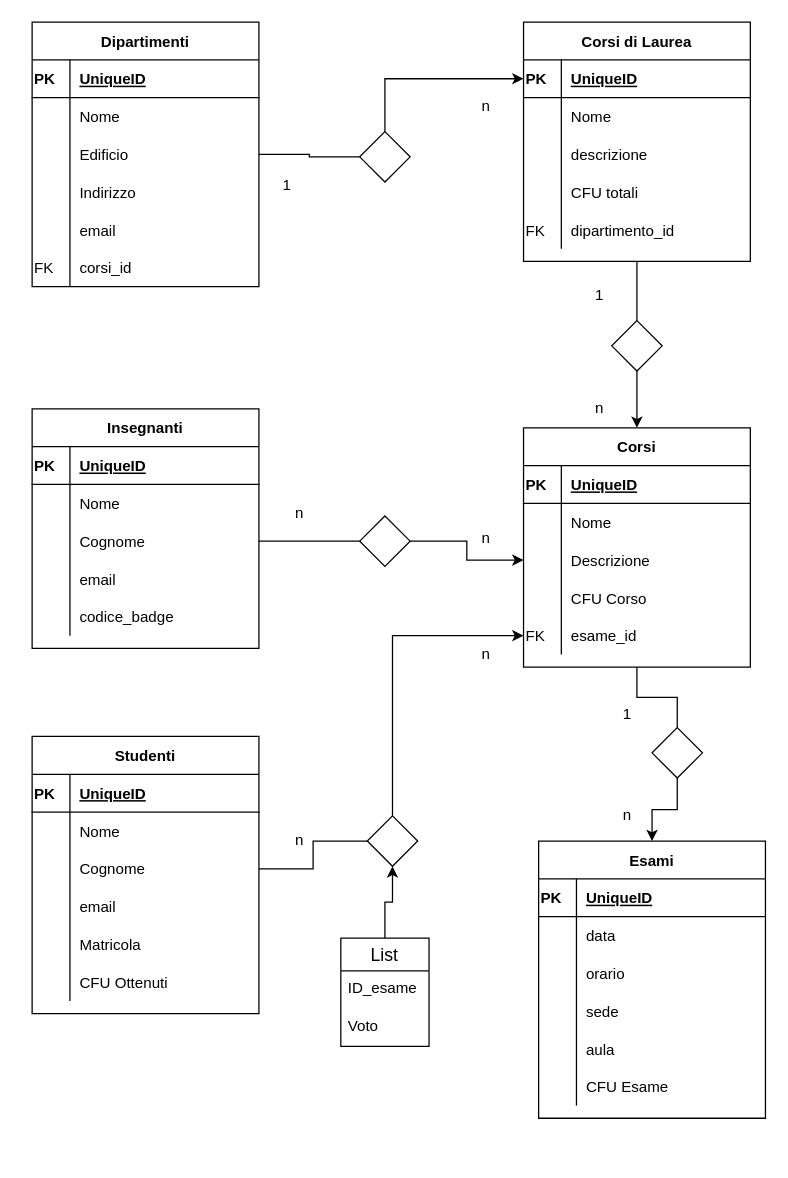
Earlier version of the draw.io diagram reference/Diagramma DB-University.drawio (ArisGoi/db-university). Source tidied: cells renumbered, new cells numbered last; positions are measured from the earlier drawing's top-left corner, leaving out a move shared by most shapes. Both pictures are drawn from the tidied source at 126%, with x=0, y=0 at pixel (32, 21).
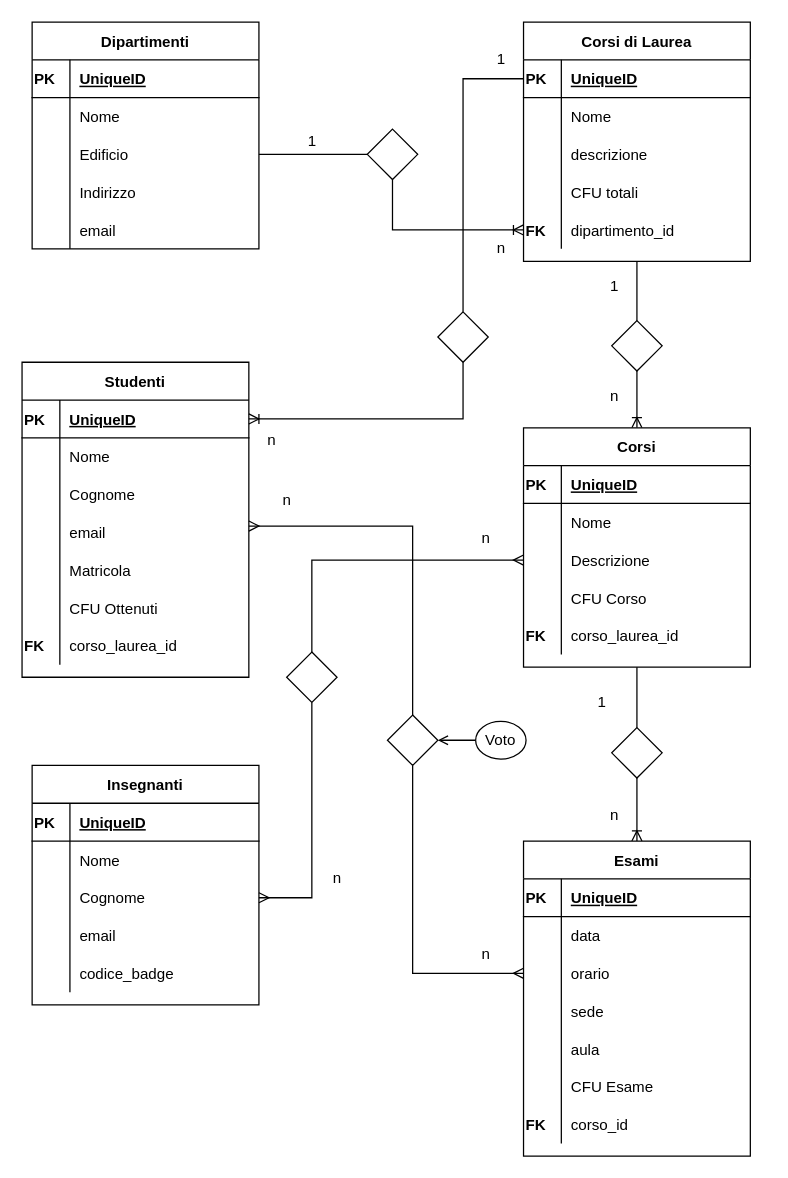
The same diagram, later.

The change refers to these unchanged cells:
```xml
<mxCell id="23" style="shape=partialRectangle;fillColor=none;top=0;left=0;bottom=1;right=0;points=[[0,0.5],[1,0.5]];portConstraint=eastwest;align=left;" parent="22" vertex="1">
  <mxGeometry y="30" width="180" height="30" as="geometry" />
</mxCell>
<mxCell id="35" style="shape=partialRectangle;fillColor=none;top=0;left=0;bottom=0;right=0;points=[[0,0.5],[1,0.5]];portConstraint=eastwest;align=left;" parent="22" vertex="1">
  <mxGeometry y="150" width="180" height="30" as="geometry" />
</mxCell>
<mxCell id="39" value="Corsi" style="shape=table;startSize=30;childLayout=tableLayout;rowLines=0;fontStyle=1;align=center;" parent="1" vertex="1">
  <mxGeometry x="390" y="322" width="180" height="190" as="geometry" />
</mxCell>
<mxCell id="46" style="shape=partialRectangle;fillColor=none;top=0;left=0;bottom=0;right=0;points=[[0,0.5],[1,0.5]];portConstraint=eastwest;align=left;" parent="39" vertex="1">
  <mxGeometry y="90" width="180" height="30" as="geometry" />
</mxCell>
<mxCell id="52" style="shape=partialRectangle;fillColor=none;top=0;left=0;bottom=0;right=0;points=[[0,0.5],[1,0.5]];portConstraint=eastwest;align=left;" parent="39" vertex="1">
  <mxGeometry y="150" width="180" height="30" as="geometry" />
</mxCell>
<mxCell id="62" style="shape=partialRectangle;fillColor=none;top=0;left=0;bottom=0;right=0;points=[[0,0.5],[1,0.5]];portConstraint=eastwest;align=left;" parent="55" vertex="1">
  <mxGeometry y="90" width="180" height="30" as="geometry" />
</mxCell>
<mxCell id="78" style="shape=partialRectangle;fillColor=none;top=0;left=0;bottom=0;right=0;points=[[0,0.5],[1,0.5]];portConstraint=eastwest;align=left;" parent="71" vertex="1">
  <mxGeometry y="90" width="180" height="30" as="geometry" />
</mxCell>
<mxCell id="91" style="shape=partialRectangle;fillColor=none;top=0;left=0;bottom=1;right=0;points=[[0,0.5],[1,0.5]];portConstraint=eastwest;align=left;" parent="90" vertex="1">
  <mxGeometry y="30" width="180" height="30" as="geometry" />
</mxCell>
<mxCell id="97" style="shape=partialRectangle;fillColor=none;top=0;left=0;bottom=0;right=0;points=[[0,0.5],[1,0.5]];portConstraint=eastwest;align=left;" parent="90" vertex="1">
  <mxGeometry y="90" width="180" height="30" as="geometry" />
</mxCell>
<mxCell id="100" style="shape=partialRectangle;fillColor=none;top=0;left=0;bottom=0;right=0;points=[[0,0.5],[1,0.5]];portConstraint=eastwest;align=left;" parent="90" vertex="1">
  <mxGeometry y="120" width="180" height="30" as="geometry" />
</mxCell>
<mxCell id="112" style="rhombus;whiteSpace=wrap;html=1;align=left;" parent="1" vertex="1">
  <mxGeometry x="460" y="237" width="40" height="40" as="geometry" />
</mxCell>
```

Change to the diagram source:
```diff
@@
     <mxCell id="2" value="Dipartimenti" style="shape=table;startSize=30;childLayout=tableLayout;rowLines=0;fontStyle=1;align=center;" parent="1" vertex="1">
-      <mxGeometry width="180" height="210" as="geometry" />
+      <mxGeometry width="180" height="180" as="geometry" />
     </mxCell>
@@
-    <mxCell id="18" style="shape=partialRectangle;fillColor=none;top=0;left=0;bottom=0;right=0;align=left;" parent="2" vertex="1">
-      <mxGeometry y="180" width="180" height="30" as="geometry" />
-    </mxCell>
-    <mxCell id="19" value="FK" style="shape=partialRectangle;fillColor=none;top=0;left=0;bottom=0;right=0;overflow=hidden;align=left;" parent="18" vertex="1">
-      <mxGeometry width="30" height="30" as="geometry" />
-    </mxCell>
-    <mxCell id="20" value="corsi_id" style="shape=partialRectangle;fillColor=none;top=0;left=0;bottom=0;right=0;align=left;spacingLeft=6;overflow=hidden;" parent="18" vertex="1">
-      <mxGeometry x="30" width="150" height="30" as="geometry" />
-    </mxCell>
-    <mxCell id="21" style="edgeStyle=orthogonalEdgeStyle;rounded=0;jettySize=auto;html=1;startArrow=none;" parent="1" edge="1" source="112" target="39">
+    <mxCell id="21" style="edgeStyle=orthogonalEdgeStyle;rounded=0;jettySize=auto;html=1;startArrow=none;endArrow=ERoneToMany;endFill=0;" parent="1" edge="1" source="112" target="39">
       <mxGeometry relative="1" as="geometry" />
     </mxCell>
@@
-    <mxCell id="36" value="FK" style="shape=partialRectangle;fillColor=none;top=0;left=0;bottom=0;right=0;overflow=hidden;align=left;" parent="35" vertex="1">
+    <mxCell id="36" value="FK" style="shape=partialRectangle;fillColor=none;top=0;left=0;bottom=0;right=0;overflow=hidden;align=left;fontStyle=1;" parent="35" vertex="1">
       <mxGeometry width="30" height="30" as="geometry" />
     </mxCell>
@@
-    <mxCell id="38" style="edgeStyle=orthogonalEdgeStyle;rounded=0;jettySize=auto;html=1;entryX=0.5;entryY=0;entryDx=0;entryDy=0;startArrow=none;" parent="1" edge="1" source="121" target="71">
+    <mxCell id="38" style="edgeStyle=orthogonalEdgeStyle;rounded=0;jettySize=auto;html=1;entryX=0.5;entryY=0;entryDx=0;entryDy=0;startArrow=none;endArrow=ERoneToMany;endFill=0;" parent="1" edge="1" source="121" target="71">
       <mxGeometry relative="1" as="geometry" />
     </mxCell>
@@
-    <mxCell id="53" value="FK" style="shape=partialRectangle;fillColor=none;top=0;left=0;bottom=0;right=0;overflow=hidden;align=left;" parent="52" vertex="1">
+    <mxCell id="53" value="FK" style="shape=partialRectangle;fillColor=none;top=0;left=0;bottom=0;right=0;overflow=hidden;align=left;fontStyle=1;" parent="52" vertex="1">
       <mxGeometry width="30" height="30" as="geometry" />
     </mxCell>
-    <mxCell id="54" value="esame_id" style="shape=partialRectangle;fillColor=none;top=0;left=0;bottom=0;right=0;align=left;spacingLeft=6;overflow=hidden;" parent="52" vertex="1">
+    <mxCell id="54" value="corso_laurea_id" style="shape=partialRectangle;fillColor=none;top=0;left=0;bottom=0;right=0;align=left;spacingLeft=6;overflow=hidden;" parent="52" vertex="1">
       <mxGeometry x="30" width="150" height="30" as="geometry" />
     </mxCell>
     <mxCell id="55" value="Insegnanti" style="shape=table;startSize=30;childLayout=tableLayout;rowLines=0;fontStyle=1;align=center;" parent="1" vertex="1">
-      <mxGeometry y="307" width="180" height="190" as="geometry" />
+      <mxGeometry y="590" width="180" height="190" as="geometry" />
     </mxCell>
@@
     <mxCell id="71" value="Esami" style="shape=table;startSize=30;childLayout=tableLayout;rowLines=0;fontStyle=1;align=center;" parent="1" vertex="1">
-      <mxGeometry x="402" y="650" width="180" height="220" as="geometry" />
+      <mxGeometry x="390" y="650" width="180" height="250" as="geometry" />
     </mxCell>
@@
+    <mxCell id="136" style="shape=partialRectangle;fillColor=none;top=0;left=0;bottom=0;right=0;align=left;" parent="71" vertex="1">
+      <mxGeometry y="210" width="180" height="30" as="geometry" />
+    </mxCell>
+    <mxCell id="137" value="FK" style="shape=partialRectangle;fillColor=none;top=0;left=0;bottom=0;right=0;overflow=hidden;align=left;fontStyle=1;" parent="136" vertex="1">
+      <mxGeometry width="30" height="30" as="geometry" />
+    </mxCell>
+    <mxCell id="138" value="corso_id" style="shape=partialRectangle;fillColor=none;top=0;left=0;bottom=0;right=0;align=left;spacingLeft=6;overflow=hidden;" parent="136" vertex="1">
+      <mxGeometry x="30" width="150" height="30" as="geometry" />
+    </mxCell>
     <mxCell id="90" value="Studenti" style="shape=table;startSize=30;childLayout=tableLayout;rowLines=0;fontStyle=1;align=center;" parent="1" vertex="1">
-      <mxGeometry y="567" width="180" height="220" as="geometry" />
+      <mxGeometry x="-8" y="270" width="180" height="250" as="geometry" />
     </mxCell>
@@
+    <mxCell id="139" style="shape=partialRectangle;fillColor=none;top=0;left=0;bottom=0;right=0;align=left;" parent="90" vertex="1">
+      <mxGeometry y="210" width="180" height="30" as="geometry" />
+    </mxCell>
+    <mxCell id="140" value="FK" style="shape=partialRectangle;fillColor=none;top=0;left=0;bottom=0;right=0;overflow=hidden;align=left;fontStyle=1;" parent="139" vertex="1">
+      <mxGeometry width="30" height="30" as="geometry" />
+    </mxCell>
+    <mxCell id="141" value="corso_laurea_id" style="shape=partialRectangle;fillColor=none;top=0;left=0;bottom=0;right=0;align=left;spacingLeft=6;overflow=hidden;" parent="139" vertex="1">
+      <mxGeometry x="30" width="150" height="30" as="geometry" />
+    </mxCell>
-    <mxCell id="109" style="edgeStyle=orthogonalEdgeStyle;rounded=0;jettySize=auto;html=1;startArrow=none;" parent="1" edge="1" source="110" target="23">
+    <mxCell id="109" style="edgeStyle=orthogonalEdgeStyle;rounded=0;jettySize=auto;html=1;startArrow=none;endArrow=ERoneToMany;endFill=0;" parent="1" edge="1" source="110" target="35">
       <mxGeometry relative="1" as="geometry" />
     </mxCell>
     <mxCell id="110" style="rhombus;whiteSpace=wrap;html=1;align=left;" parent="1" vertex="1">
-      <mxGeometry x="260" y="87" width="40" height="40" as="geometry" />
+      <mxGeometry x="266" y="85" width="40" height="40" as="geometry" />
     </mxCell>
@@
     <mxCell id="114" value="1" style="text;html=1;align=center;verticalAlign=middle;strokeColor=none;fillColor=none;" parent="1" vertex="1">
-      <mxGeometry x="192" y="120" width="20" height="20" as="geometry" />
+      <mxGeometry x="212" y="85" width="20" height="20" as="geometry" />
     </mxCell>
     <mxCell id="115" value="n" style="text;html=1;align=center;verticalAlign=middle;strokeColor=none;fillColor=none;" parent="1" vertex="1">
-      <mxGeometry x="350" y="57" width="20" height="20" as="geometry" />
+      <mxGeometry x="362" y="170" width="20" height="20" as="geometry" />
     </mxCell>
     <mxCell id="116" value="n" style="text;html=1;align=center;verticalAlign=middle;strokeColor=none;fillColor=none;" parent="1" vertex="1">
-      <mxGeometry x="440" y="297" width="20" height="20" as="geometry" />
+      <mxGeometry x="452" y="287" width="20" height="20" as="geometry" />
     </mxCell>
     <mxCell id="117" value="1" style="text;html=1;align=center;verticalAlign=middle;strokeColor=none;fillColor=none;" parent="1" vertex="1">
-      <mxGeometry x="440" y="207" width="20" height="20" as="geometry" />
+      <mxGeometry x="452" y="200" width="20" height="20" as="geometry" />
     </mxCell>
-    <mxCell id="118" style="edgeStyle=orthogonalEdgeStyle;rounded=0;jettySize=auto;html=1;entryX=0;entryY=0.5;entryDx=0;entryDy=0;startArrow=none;" parent="1" edge="1" source="119" target="46">
-      <mxGeometry relative="1" as="geometry" />
+    <mxCell id="118" style="edgeStyle=orthogonalEdgeStyle;rounded=0;jettySize=auto;html=1;entryX=0;entryY=0.5;entryDx=0;entryDy=0;startArrow=none;endArrow=ERmany;endFill=0;" parent="1" edge="1" source="119" target="46">
+      <mxGeometry relative="1" as="geometry">
+        <Array as="points">
+          <mxPoint x="222" y="427" />
+        </Array>
+      </mxGeometry>
     </mxCell>
     <mxCell id="119" style="rhombus;whiteSpace=wrap;html=1;align=left;" parent="1" vertex="1">
-      <mxGeometry x="260" y="392" width="40" height="40" as="geometry" />
+      <mxGeometry x="202" y="500" width="40" height="40" as="geometry" />
     </mxCell>
-    <mxCell id="120" style="edgeStyle=orthogonalEdgeStyle;rounded=0;jettySize=auto;html=1;entryX=0;entryY=0.5;entryDx=0;entryDy=0;endArrow=none;" parent="1" edge="1" source="62" target="119">
-      <mxGeometry relative="1" as="geometry" />
+    <mxCell id="120" style="edgeStyle=orthogonalEdgeStyle;rounded=0;jettySize=auto;html=1;entryX=0.5;entryY=1;entryDx=0;entryDy=0;endArrow=none;endFill=0;startArrow=ERmany;startFill=0;" parent="1" edge="1" source="62" target="119">
+      <mxGeometry relative="1" as="geometry">
+        <Array as="points">
+          <mxPoint x="222" y="695" />
+        </Array>
+      </mxGeometry>
     </mxCell>
     <mxCell id="121" style="rhombus;whiteSpace=wrap;html=1;align=left;" parent="1" vertex="1">
-      <mxGeometry x="492" y="560" width="40" height="40" as="geometry" />
+      <mxGeometry x="460" y="560" width="40" height="40" as="geometry" />
     </mxCell>
@@
-    <mxCell id="123" style="edgeStyle=orthogonalEdgeStyle;rounded=0;jettySize=auto;html=1;" parent="1" edge="1" source="124" target="134">
-      <mxGeometry relative="1" as="geometry" />
-    </mxCell>
-    <mxCell id="124" value="List" style="swimlane;fontStyle=0;horizontal=1;startSize=26;align=center;fontSize=14;" parent="1" vertex="1">
-      <mxGeometry x="245" y="727" width="70" height="86" as="geometry" />
-    </mxCell>
-    <mxCell id="125" value="ID_esame" style="text;strokeColor=none;fillColor=none;spacingLeft=4;spacingRight=4;overflow=hidden;fontSize=12;align=left;" parent="124" vertex="1">
-      <mxGeometry y="26" width="70" height="30" as="geometry" />
-    </mxCell>
-    <mxCell id="126" value="Voto" style="text;strokeColor=none;fillColor=none;spacingLeft=4;spacingRight=4;overflow=hidden;points=[[0,0.5],[1,0.5]];portConstraint=eastwest;fontSize=12;align=left;" parent="124" vertex="1">
-      <mxGeometry y="56" width="70" height="30" as="geometry" />
-    </mxCell>
     <mxCell id="127" value="n" style="text;html=1;align=center;verticalAlign=middle;strokeColor=none;fillColor=none;" parent="1" vertex="1">
-      <mxGeometry x="202" y="380" width="20" height="20" as="geometry" />
+      <mxGeometry x="180" y="322" width="20" height="20" as="geometry" />
     </mxCell>
@@
     <mxCell id="129" value="n" style="text;html=1;align=center;verticalAlign=middle;strokeColor=none;fillColor=none;" parent="1" vertex="1">
-      <mxGeometry x="202" y="640" width="20" height="20" as="geometry" />
+      <mxGeometry x="232" y="670" width="20" height="20" as="geometry" />
     </mxCell>
-    <mxCell id="130" value="n" style="text;html=1;align=center;verticalAlign=middle;strokeColor=none;fillColor=none;" parent="1" vertex="1">
-      <mxGeometry x="350" y="492" width="20" height="20" as="geometry" />
+    <mxCell id="130" value="1" style="text;html=1;align=center;verticalAlign=middle;strokeColor=none;fillColor=none;" parent="1" vertex="1">
+      <mxGeometry x="362" y="20" width="20" height="20" as="geometry" />
     </mxCell>
     <mxCell id="131" value="n" style="text;html=1;align=center;verticalAlign=middle;strokeColor=none;fillColor=none;" parent="1" vertex="1">
-      <mxGeometry x="462" y="620" width="20" height="20" as="geometry" />
+      <mxGeometry x="452" y="620" width="20" height="20" as="geometry" />
     </mxCell>
     <mxCell id="132" value="1" style="text;html=1;align=center;verticalAlign=middle;strokeColor=none;fillColor=none;" parent="1" vertex="1">
-      <mxGeometry x="462" y="540" width="20" height="20" as="geometry" />
+      <mxGeometry x="442" y="530" width="20" height="20" as="geometry" />
     </mxCell>
-    <mxCell id="133" style="edgeStyle=orthogonalEdgeStyle;rounded=0;jettySize=auto;html=1;startArrow=none;" parent="1" edge="1" source="134" target="52">
-      <mxGeometry relative="1" as="geometry" />
+    <mxCell id="133" style="edgeStyle=orthogonalEdgeStyle;rounded=0;jettySize=auto;html=1;startArrow=none;entryX=0;entryY=0.5;entryDx=0;entryDy=0;endArrow=none;endFill=0;" parent="1" edge="1" source="134" target="23">
+      <mxGeometry relative="1" as="geometry">
+        <Array as="points">
+          <mxPoint x="342" y="45" />
+        </Array>
+      </mxGeometry>
     </mxCell>
     <mxCell id="134" style="rhombus;whiteSpace=wrap;html=1;align=left;" parent="1" vertex="1">
-      <mxGeometry x="266" y="630" width="40" height="40" as="geometry" />
+      <mxGeometry x="322" y="230" width="40" height="40" as="geometry" />
     </mxCell>
-    <mxCell id="135" style="edgeStyle=orthogonalEdgeStyle;rounded=0;jettySize=auto;html=1;endArrow=none;" parent="1" edge="1" source="97" target="134">
-      <mxGeometry relative="1" as="geometry" />
+    <mxCell id="135" style="edgeStyle=orthogonalEdgeStyle;rounded=0;jettySize=auto;html=1;endArrow=none;startArrow=ERoneToMany;startFill=0;exitX=1;exitY=0.5;exitDx=0;exitDy=0;" parent="1" edge="1" source="91" target="134">
+      <mxGeometry relative="1" as="geometry">
+        <Array as="points">
+          <mxPoint x="342" y="315" />
+        </Array>
+      </mxGeometry>
     </mxCell>
+    <mxCell id="142" style="edgeStyle=orthogonalEdgeStyle;rounded=0;jettySize=auto;html=1;entryX=0;entryY=0.5;entryDx=0;entryDy=0;startArrow=none;startFill=0;endArrow=ERmany;endFill=0;" parent="1" edge="1" source="143" target="78">
+      <mxGeometry relative="1" as="geometry" />
+    </mxCell>
+    <mxCell id="143" style="rhombus;whiteSpace=wrap;html=1;align=left;" parent="1" vertex="1">
+      <mxGeometry x="282" y="550" width="40" height="40" as="geometry" />
+    </mxCell>
+    <mxCell id="144" style="edgeStyle=orthogonalEdgeStyle;rounded=0;jettySize=auto;html=1;entryX=0.5;entryY=0;entryDx=0;entryDy=0;startArrow=ERmany;startFill=0;endArrow=none;endFill=0;" parent="1" edge="1" source="100" target="143">
+      <mxGeometry relative="1" as="geometry">
+        <Array as="points">
+          <mxPoint x="302" y="400" />
+        </Array>
+      </mxGeometry>
+    </mxCell>
+    <mxCell id="145" value="n" style="text;html=1;align=center;verticalAlign=middle;strokeColor=none;fillColor=none;" parent="1" vertex="1">
+      <mxGeometry x="192" y="370" width="20" height="20" as="geometry" />
+    </mxCell>
+    <mxCell id="146" value="n" style="text;html=1;align=center;verticalAlign=middle;strokeColor=none;fillColor=none;" parent="1" vertex="1">
+      <mxGeometry x="350" y="730" width="20" height="20" as="geometry" />
+    </mxCell>
+    <mxCell id="147" style="edgeStyle=orthogonalEdgeStyle;rounded=0;jettySize=auto;html=1;entryX=1;entryY=0.5;entryDx=0;entryDy=0;startArrow=none;startFill=0;endArrow=open;endFill=0;" parent="1" edge="1" source="126" target="143">
+      <mxGeometry relative="1" as="geometry" />
+    </mxCell>
+    <mxCell id="126" value="Voto" style="ellipse;whiteSpace=wrap;html=1;" parent="1" vertex="1">
+      <mxGeometry x="352" y="555" width="40" height="30" as="geometry" />
+    </mxCell>
```
